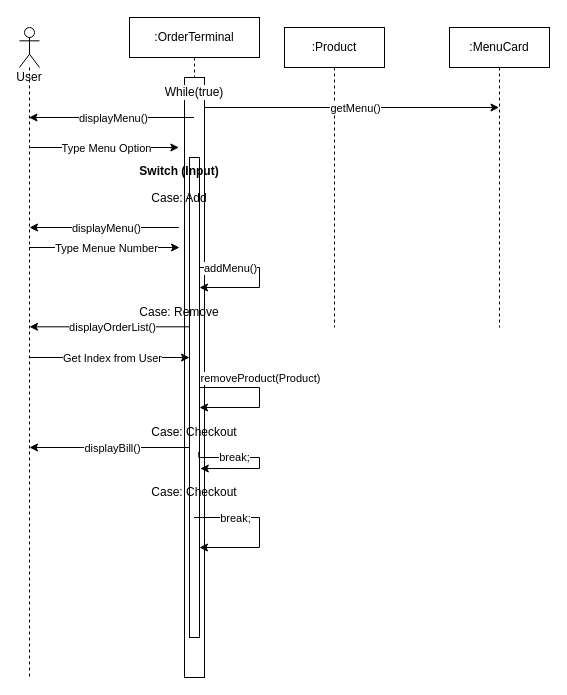
The draw.io diagram diagrams/project/Project Sequence Diagram.drawio in JonathanXDR/M320, before the edit. Source tidied: cells renumbered, new cells numbered last; positions are measured from the earlier drawing's top-left corner, leaving out a move shared by most shapes. Both pictures are drawn from the tidied source at 100%, with x=0, y=0 at pixel (19, 17).
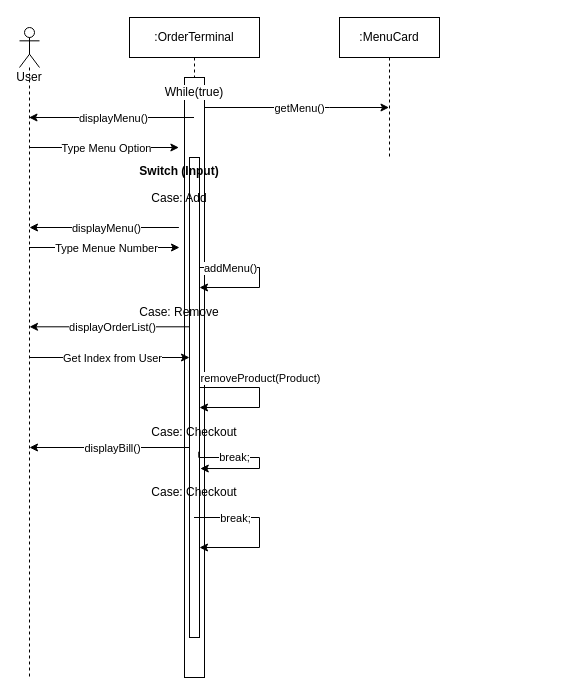
After the change.

The edit, as a diff of the source:
```diff
@@
-    <mxCell id="26" value=":Product" style="shape=umlLifeline;perimeter=lifelinePerimeter;whiteSpace=wrap;html=1;" parent="1" vertex="1">
-      <mxGeometry x="265" y="10" width="100" height="300" as="geometry" />
-    </mxCell>
     <mxCell id="27" value=":MenuCard" style="shape=umlLifeline;perimeter=lifelinePerimeter;whiteSpace=wrap;html=1;outlineConnect=0;" parent="1" vertex="1">
-      <mxGeometry x="430" y="10" width="100" height="300" as="geometry" />
+      <mxGeometry x="320" width="100" height="140" as="geometry" />
     </mxCell>
```
